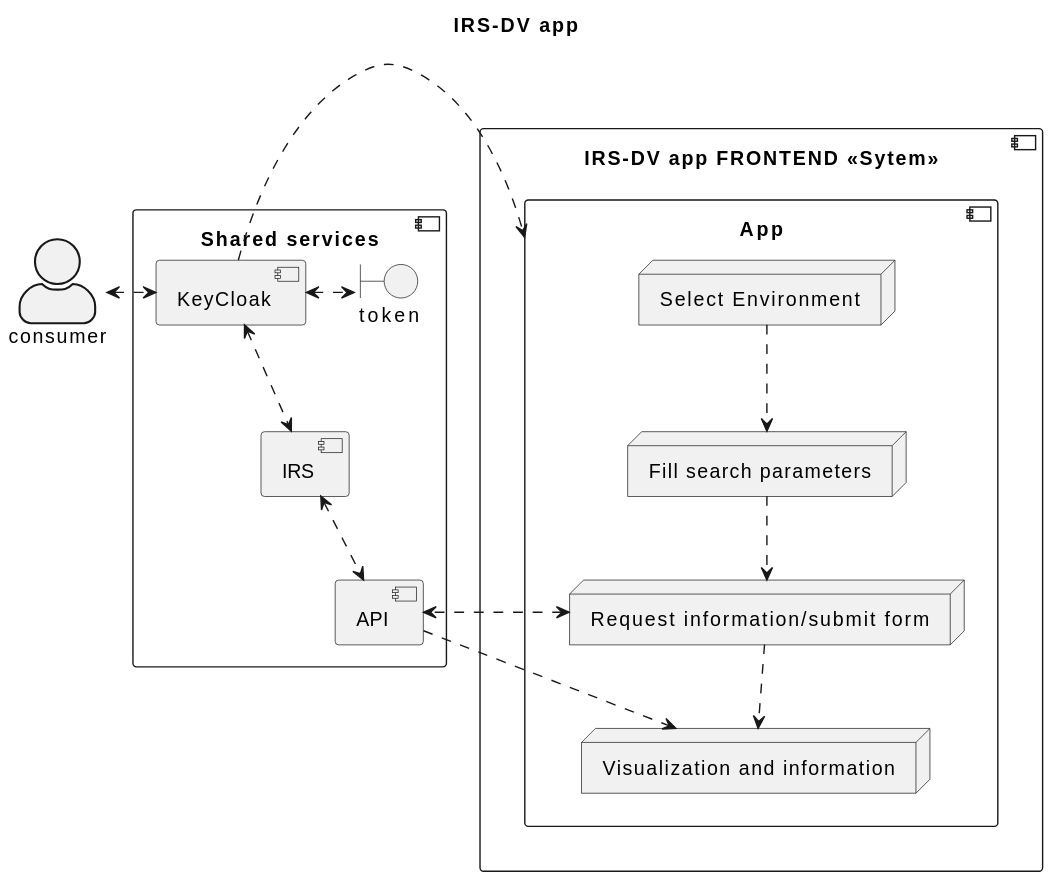
The PlantUML diagram docs/images/puml-svg/whitebox overview.svg in zlalvani/product-item-relationship-service-frontend, before a commit. Source of this version:
```plantuml
@startuml
title: IRS-DV app
skinparam actorStyle awesome
actor consumer as user


component "IRS-DV app FRONTEND <<Sytem>>" as irsdv {

component App as mainPage {

node "Fill search parameters" as parameters
node "Select Environment" as env
node "Request information/submit form" as button
node "Visualization and information" as visual

}
}


component "Shared services" {
component "KeyCloak" as keycloak
boundary "token" as token
component "IRS" as irs
component "API" as api
}



user <.> keycloak
keycloak <.> token
keycloak <..> irs
keycloak .> mainPage
irs <..> api
env ..> parameters
parameters ..> button
button <.> api
button ..> visual
api .> visual
@enduml
```
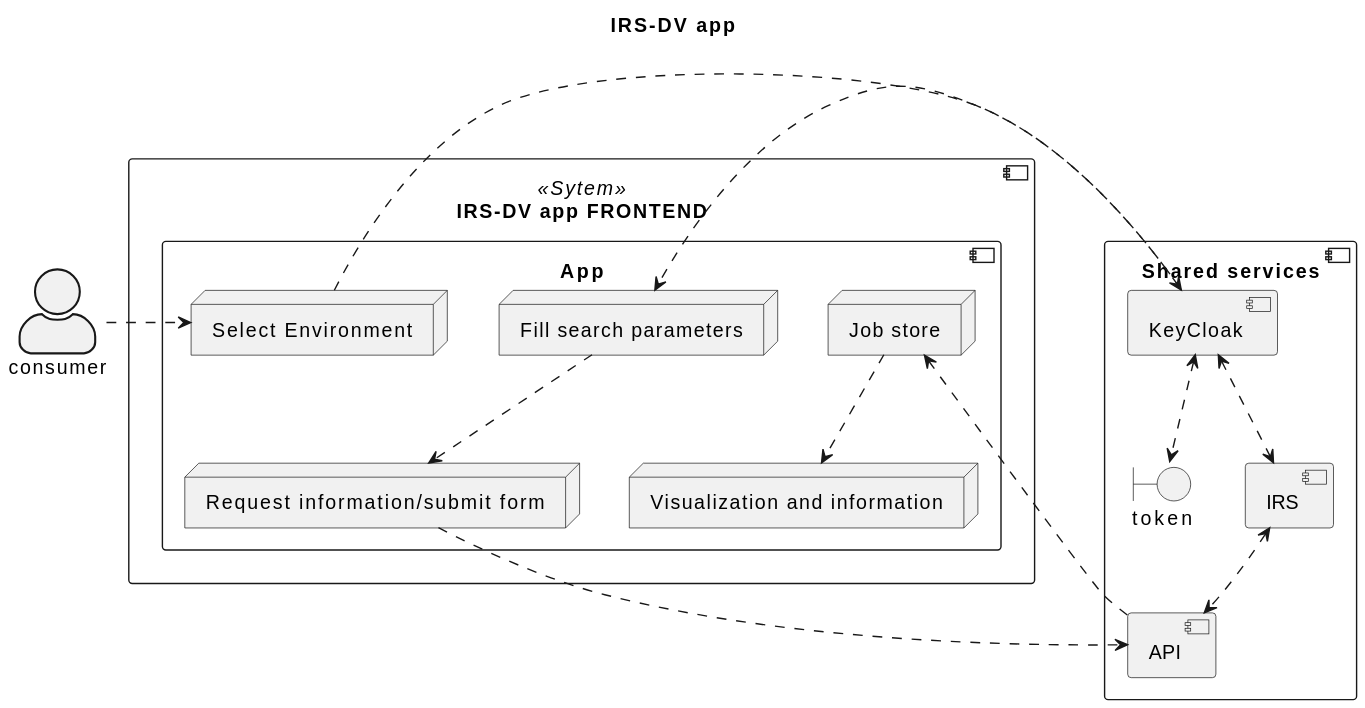
After the commit.

What changed in the source:
```diff
@@ -4,7 +4,7 @@
 actor consumer as user
 
 
-component "IRS-DV app FRONTEND <<Sytem>>" as irsdv {
+component "IRS-DV app FRONTEND" as irsdv <<Sytem>> {
 
 component App as mainPage {
 
@@ -12,6 +12,7 @@
 node "Select Environment" as env
 node "Request information/submit form" as button
 node "Visualization and information" as visual
+node "Job store" as store
 
 }
 }
@@ -26,14 +27,17 @@
 
 
 
-user <.> keycloak
-keycloak <.> token
+user .> env
+env .> keycloak
+keycloak <..> token
 keycloak <..> irs
-keycloak .> mainPage
+keycloak .> parameters
+
 irs <..> api
-env ..> parameters
+
 parameters ..> button
-button <.> api
-button ..> visual
-api .> visual
+button ..> api
+api .> store
+
+store ..> visual
 @enduml
```
